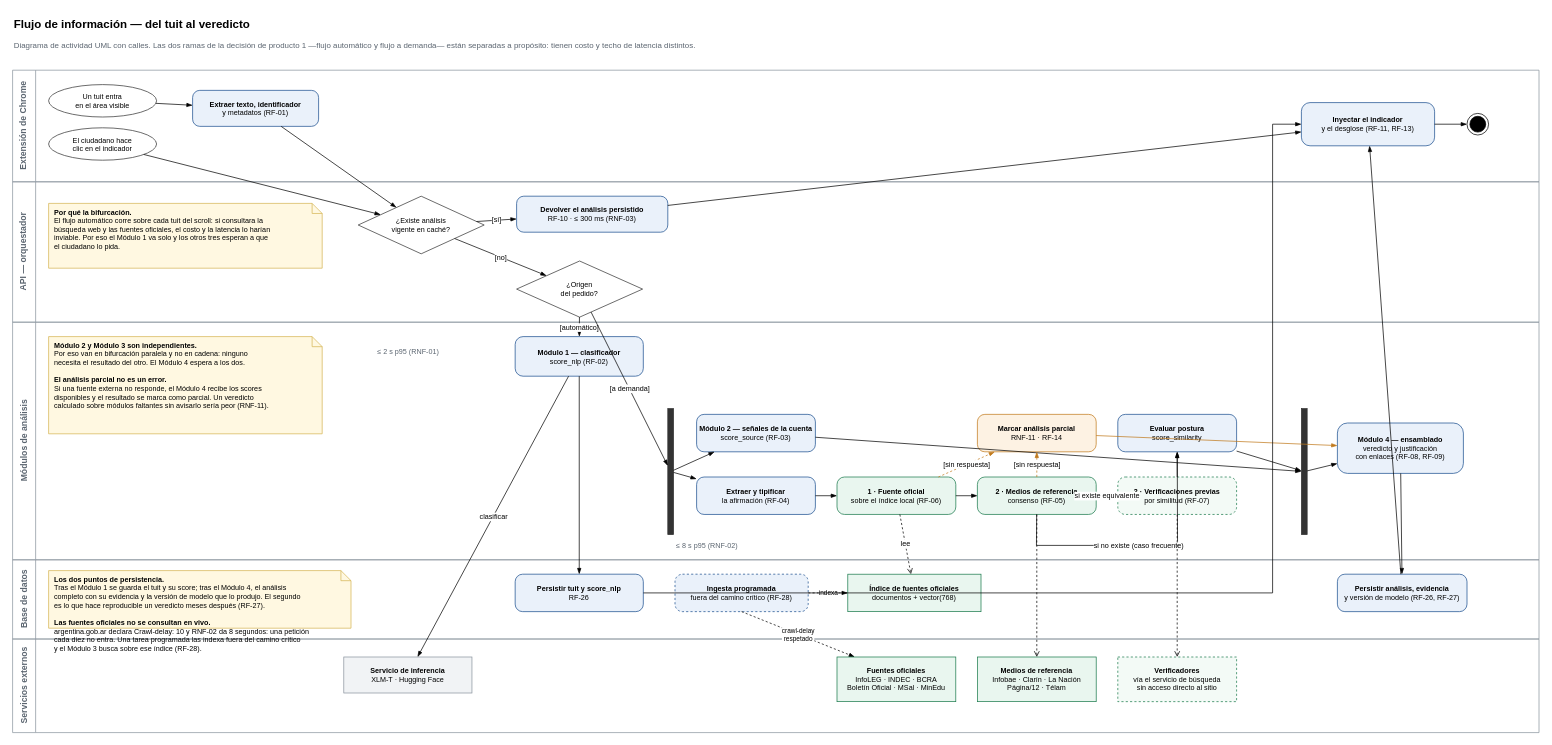
martinnbejarano/PFI-Wiki keeps this draw.io diagram as wiki/assets/diagramas/flujo-informacion.drawio. Above is the earlier version. Source tidied: cells renumbered, new cells numbered last; positions are measured from the earlier drawing's top-left corner, leaving out a move shared by most shapes. Both pictures are drawn from the tidied source at 72%, with x=0, y=0 at pixel (12, 12).
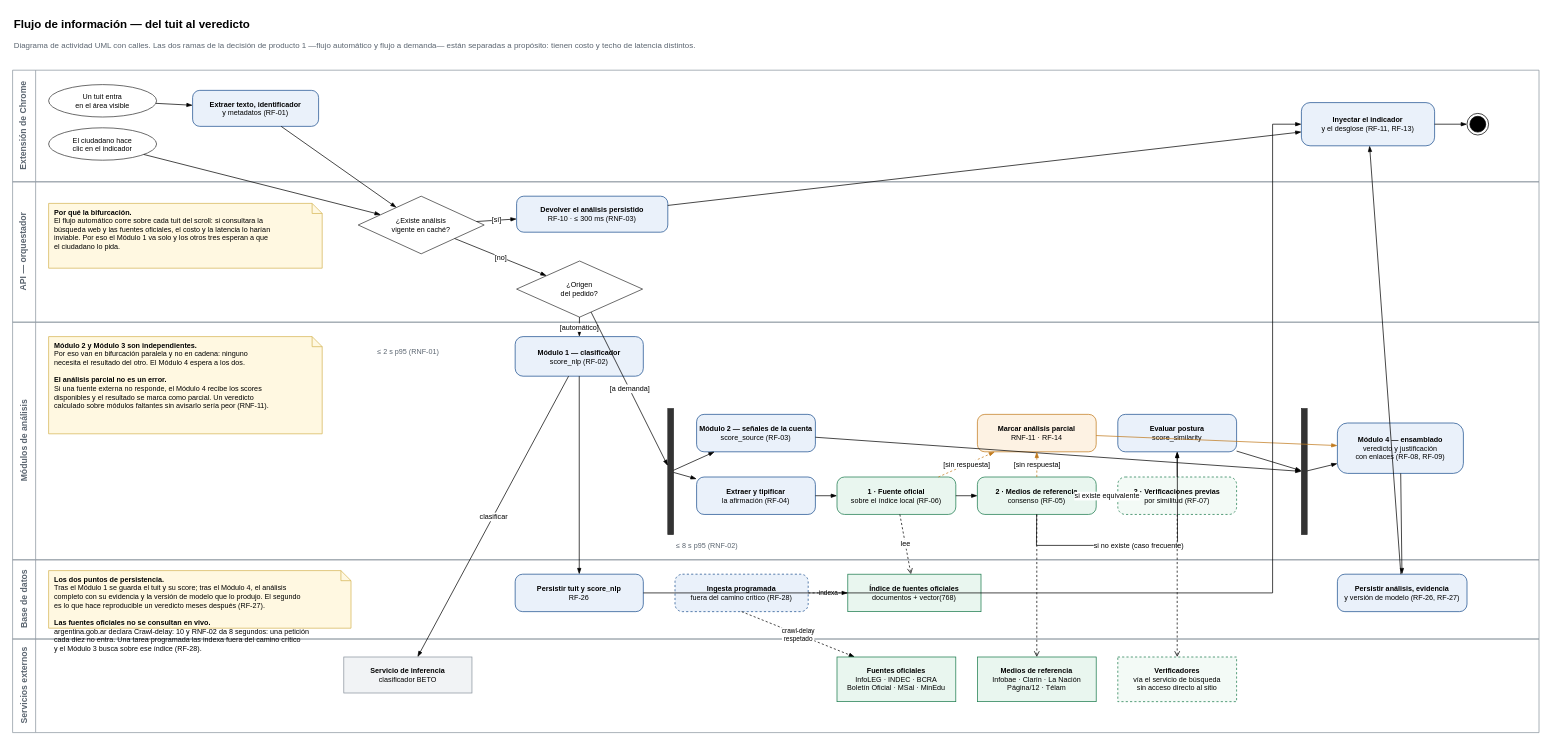
The same page after the edit.

Diff of the diagram source:
```diff
@@
-    <mxCell id="36" value="&lt;b&gt;Servicio de inferencia&lt;/b&gt;&lt;br&gt;XLM-T · Hugging Face" style="rounded=0;whiteSpace=wrap;html=1;fontSize=10;fillColor=#f1f3f5;strokeColor=#8a949e;" parent="1" vertex="1">
+    <mxCell id="36" value="&lt;b&gt;Servicio de inferencia&lt;/b&gt;&lt;br&gt;clasificador BETO" style="rounded=0;whiteSpace=wrap;html=1;fontSize=10;fillColor=#f1f3f5;strokeColor=#8a949e;" parent="1" vertex="1">
       <mxGeometry x="460" y="895" width="178" height="50" as="geometry" />
     </mxCell>
```
